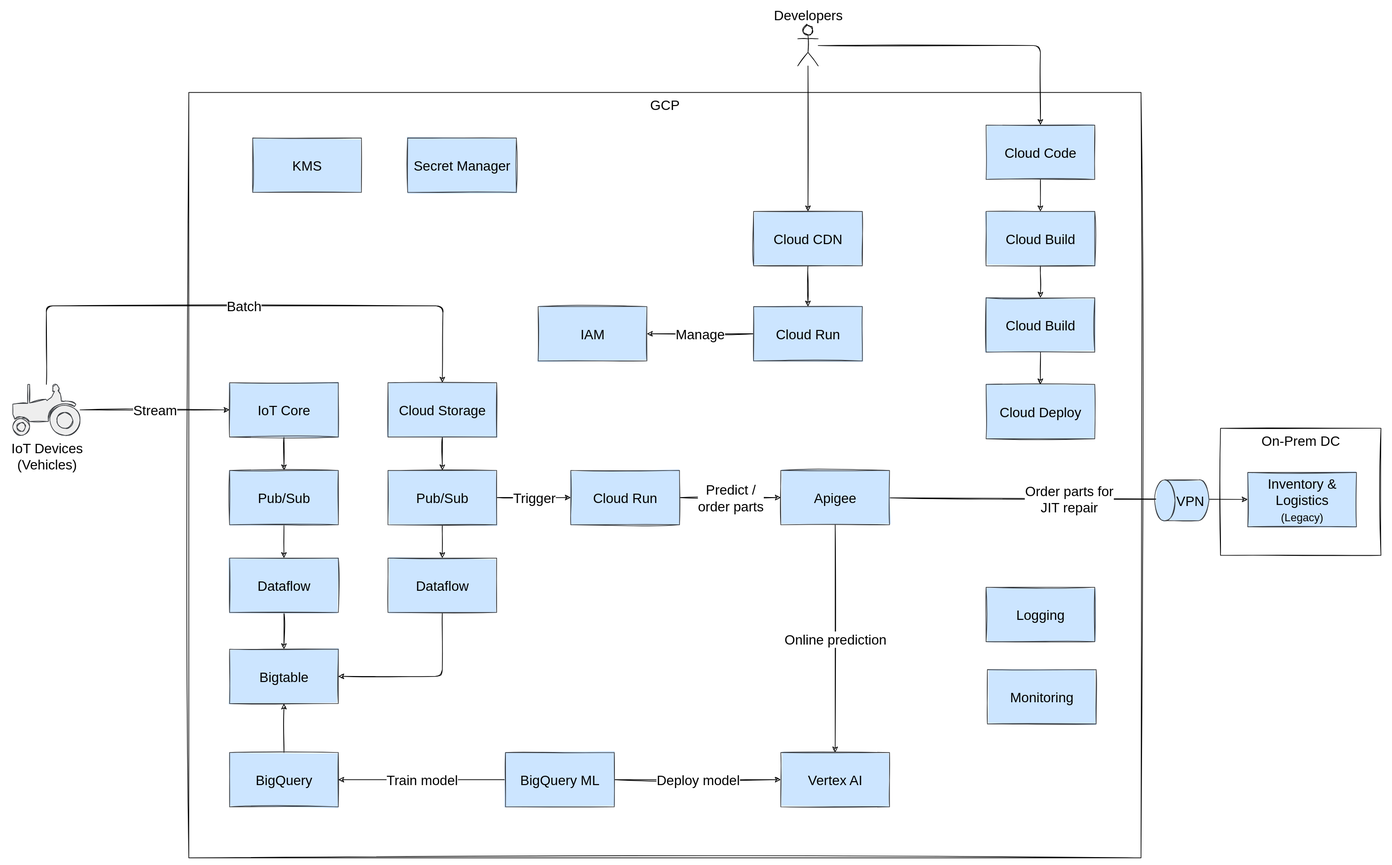
Before: content/files/terramearth_design.svg, a diagram exported from draw.io (TheRealMattDunn/mattdunn.info). Source tidied: cells renumbered, new cells last; positions are measured from the earlier drawing's top-left corner, leaving out a move shared by most shapes. The source it was exported from:
```xml
<mxGraphModel>
  <root>
    <mxCell id="0" />
    <mxCell id="1" parent="0" />
    <mxCell id="2" value="GCP" style="rounded=0;whiteSpace=wrap;html=1;sketch=1;fontSize=20;gradientDirection=south;fillColor=none;verticalAlign=top;" parent="1" vertex="1">
      <mxGeometry x="259" y="99" width="1401" height="1126" as="geometry" />
    </mxCell>
    <mxCell id="3" value="On-Prem DC" style="rounded=0;whiteSpace=wrap;html=1;sketch=1;fontSize=20;gradientDirection=south;fillColor=none;verticalAlign=top;" parent="1" vertex="1">
      <mxGeometry x="1777" y="593" width="236" height="187" as="geometry" />
    </mxCell>
    <mxCell id="4" value="Order parts for&lt;br&gt;JIT repair" style="edgeStyle=none;html=1;fontSize=20;" parent="1" edge="1" source="6" target="7">
      <mxGeometry relative="1" as="geometry" />
    </mxCell>
    <mxCell id="5" value="Online prediction" style="edgeStyle=orthogonalEdgeStyle;html=1;fontSize=20;" parent="1" edge="1" source="6" target="27">
      <mxGeometry relative="1" as="geometry">
        <Array as="points">
          <mxPoint x="1170" y="1110" />
        </Array>
      </mxGeometry>
    </mxCell>
    <mxCell id="6" value="Apigee" style="rounded=0;whiteSpace=wrap;html=1;fillColor=#cce5ff;strokeColor=#36393d;sketch=1;fillStyle=solid;fontSize=20;" parent="1" vertex="1">
      <mxGeometry x="1130" y="655" width="160" height="80" as="geometry" />
    </mxCell>
    <mxCell id="7" value="Inventory &amp;amp; Logistics&lt;br&gt;&lt;font style=&quot;font-size: 16px&quot;&gt;(Legacy)&lt;/font&gt;" style="rounded=0;whiteSpace=wrap;html=1;fillColor=#cce5ff;strokeColor=#36393d;sketch=1;fillStyle=solid;fontSize=20;" parent="1" vertex="1">
      <mxGeometry x="1817" y="658" width="160" height="80" as="geometry" />
    </mxCell>
    <mxCell id="8" value="Stream" style="edgeStyle=none;html=1;fontSize=20;" parent="1" edge="1" source="10" target="12">
      <mxGeometry relative="1" as="geometry" />
    </mxCell>
    <mxCell id="9" value="Batch" style="edgeStyle=orthogonalEdgeStyle;html=1;fontSize=20;entryX=0.5;entryY=0;entryDx=0;entryDy=0;" parent="1" edge="1" source="10" target="39">
      <mxGeometry relative="1" as="geometry">
        <Array as="points">
          <mxPoint x="49" y="413" />
          <mxPoint x="633" y="413" />
          <mxPoint x="633" y="526" />
        </Array>
      </mxGeometry>
    </mxCell>
    <mxCell id="10" value="IoT Devices&lt;br&gt;(Vehicles)" style="shape=mxgraph.signs.transportation.tractor_2;html=1;fillColor=#eeeeee;strokeColor=#36393d;verticalLabelPosition=bottom;verticalAlign=top;align=center;sketch=1;fontSize=20;fillStyle=solid;" parent="1" vertex="1">
      <mxGeometry y="528.5" width="99" height="75" as="geometry" />
    </mxCell>
    <mxCell id="11" style="edgeStyle=none;html=1;fontSize=20;" parent="1" edge="1" source="12" target="14">
      <mxGeometry relative="1" as="geometry" />
    </mxCell>
    <mxCell id="12" value="IoT Core" style="rounded=0;whiteSpace=wrap;html=1;sketch=1;fontSize=20;fillColor=#cce5ff;gradientDirection=south;verticalAlign=middle;strokeColor=#36393d;fillStyle=solid;" parent="1" vertex="1">
      <mxGeometry x="319" y="526" width="160" height="80" as="geometry" />
    </mxCell>
    <mxCell id="13" style="edgeStyle=none;html=1;fontSize=20;" parent="1" edge="1" source="14" target="16">
      <mxGeometry relative="1" as="geometry" />
    </mxCell>
    <mxCell id="14" value="Pub/Sub" style="rounded=0;whiteSpace=wrap;html=1;sketch=1;fontSize=20;fillColor=#cce5ff;gradientDirection=south;verticalAlign=middle;strokeColor=#36393d;fillStyle=solid;" parent="1" vertex="1">
      <mxGeometry x="319" y="655" width="160" height="80" as="geometry" />
    </mxCell>
    <mxCell id="15" style="edgeStyle=none;html=1;fontSize=20;" parent="1" edge="1" source="16" target="17">
      <mxGeometry relative="1" as="geometry" />
    </mxCell>
    <mxCell id="16" value="Dataflow" style="rounded=0;whiteSpace=wrap;html=1;sketch=1;fontSize=20;fillColor=#cce5ff;gradientDirection=south;verticalAlign=middle;strokeColor=#36393d;fillStyle=solid;" parent="1" vertex="1">
      <mxGeometry x="319" y="784" width="160" height="80" as="geometry" />
    </mxCell>
    <mxCell id="17" value="Bigtable" style="rounded=0;whiteSpace=wrap;html=1;sketch=1;fontSize=20;fillColor=#cce5ff;gradientDirection=south;verticalAlign=middle;strokeColor=#36393d;fillStyle=solid;" parent="1" vertex="1">
      <mxGeometry x="319" y="918" width="160" height="80" as="geometry" />
    </mxCell>
    <mxCell id="18" style="edgeStyle=none;html=1;fontSize=20;" parent="1" edge="1" source="19" target="17">
      <mxGeometry relative="1" as="geometry" />
    </mxCell>
    <mxCell id="19" value="BigQuery" style="rounded=0;whiteSpace=wrap;html=1;sketch=1;fontSize=20;fillColor=#cce5ff;gradientDirection=south;verticalAlign=middle;strokeColor=#36393d;fillStyle=solid;" parent="1" vertex="1">
      <mxGeometry x="319" y="1070" width="160" height="80" as="geometry" />
    </mxCell>
    <mxCell id="20" value="Manage" style="edgeStyle=orthogonalEdgeStyle;html=1;fontSize=20;" parent="1" edge="1" source="21" target="37">
      <mxGeometry relative="1" as="geometry" />
    </mxCell>
    <mxCell id="21" value="Cloud Run" style="rounded=0;whiteSpace=wrap;html=1;fillColor=#cce5ff;strokeColor=#36393d;sketch=1;fillStyle=solid;fontSize=20;" parent="1" vertex="1">
      <mxGeometry x="1090" y="414" width="160" height="80" as="geometry" />
    </mxCell>
    <mxCell id="22" style="edgeStyle=none;html=1;fontSize=20;" parent="1" edge="1" source="23" target="21">
      <mxGeometry relative="1" as="geometry" />
    </mxCell>
    <mxCell id="23" value="Cloud CDN" style="rounded=0;whiteSpace=wrap;html=1;fillColor=#cce5ff;strokeColor=#36393d;sketch=1;fillStyle=solid;fontSize=20;" parent="1" vertex="1">
      <mxGeometry x="1090" y="274" width="160" height="80" as="geometry" />
    </mxCell>
    <mxCell id="24" value="Train model" style="edgeStyle=none;html=1;fontSize=20;" parent="1" edge="1" source="26" target="19">
      <mxGeometry relative="1" as="geometry" />
    </mxCell>
    <mxCell id="25" value="Deploy model" style="edgeStyle=none;html=1;fontSize=20;" parent="1" edge="1" source="26" target="27">
      <mxGeometry relative="1" as="geometry" />
    </mxCell>
    <mxCell id="26" value="BigQuery ML" style="rounded=0;whiteSpace=wrap;html=1;sketch=1;fontSize=20;fillColor=#cce5ff;gradientDirection=south;verticalAlign=middle;strokeColor=#36393d;fillStyle=solid;" parent="1" vertex="1">
      <mxGeometry x="725" y="1070" width="160" height="80" as="geometry" />
    </mxCell>
    <mxCell id="27" value="Vertex AI" style="rounded=0;whiteSpace=wrap;html=1;sketch=1;fontSize=20;fillColor=#cce5ff;gradientDirection=south;verticalAlign=middle;strokeColor=#36393d;fillStyle=solid;" parent="1" vertex="1">
      <mxGeometry x="1130" y="1070" width="160" height="80" as="geometry" />
    </mxCell>
    <mxCell id="28" value="Predict /&lt;br&gt;order parts" style="edgeStyle=none;html=1;fontSize=20;" parent="1" edge="1" source="29" target="6">
      <mxGeometry relative="1" as="geometry" />
    </mxCell>
    <mxCell id="29" value="Cloud Run" style="rounded=0;whiteSpace=wrap;html=1;fillColor=#cce5ff;strokeColor=#36393d;sketch=1;fillStyle=solid;fontSize=20;" parent="1" vertex="1">
      <mxGeometry x="821" y="655" width="160" height="80" as="geometry" />
    </mxCell>
    <mxCell id="30" style="edgeStyle=orthogonalEdgeStyle;html=1;fontSize=20;" parent="1" edge="1" source="31" target="52">
      <mxGeometry relative="1" as="geometry" />
    </mxCell>
    <mxCell id="31" value="Cloud Build" style="rounded=0;whiteSpace=wrap;html=1;fillColor=#cce5ff;strokeColor=#36393d;sketch=1;fillStyle=solid;fontSize=20;" parent="1" vertex="1">
      <mxGeometry x="1432" y="274" width="160" height="80" as="geometry" />
    </mxCell>
    <mxCell id="32" value="Cloud Deploy" style="rounded=0;whiteSpace=wrap;html=1;fillColor=#cce5ff;strokeColor=#36393d;sketch=1;fillStyle=solid;fontSize=20;" parent="1" vertex="1">
      <mxGeometry x="1432" y="528.5" width="160" height="80" as="geometry" />
    </mxCell>
    <mxCell id="33" style="edgeStyle=orthogonalEdgeStyle;html=1;fontSize=20;" parent="1" edge="1" source="34" target="31">
      <mxGeometry relative="1" as="geometry" />
    </mxCell>
    <mxCell id="34" value="Cloud Code" style="rounded=0;whiteSpace=wrap;html=1;fillColor=#cce5ff;strokeColor=#36393d;sketch=1;fillStyle=solid;fontSize=20;" parent="1" vertex="1">
      <mxGeometry x="1432" y="147" width="160" height="80" as="geometry" />
    </mxCell>
    <mxCell id="35" value="Secret Manager" style="rounded=0;whiteSpace=wrap;html=1;fillColor=#cce5ff;strokeColor=#36393d;sketch=1;fillStyle=solid;fontSize=20;" parent="1" vertex="1">
      <mxGeometry x="581" y="166" width="160" height="80" as="geometry" />
    </mxCell>
    <mxCell id="36" value="KMS" style="rounded=0;whiteSpace=wrap;html=1;fillColor=#cce5ff;strokeColor=#36393d;sketch=1;fillStyle=solid;fontSize=20;" parent="1" vertex="1">
      <mxGeometry x="353" y="166" width="160" height="80" as="geometry" />
    </mxCell>
    <mxCell id="37" value="IAM" style="rounded=0;whiteSpace=wrap;html=1;fillColor=#cce5ff;strokeColor=#36393d;sketch=1;fillStyle=solid;fontSize=20;" parent="1" vertex="1">
      <mxGeometry x="773" y="414" width="160" height="80" as="geometry" />
    </mxCell>
    <mxCell id="38" style="edgeStyle=none;html=1;fontSize=20;" parent="1" edge="1" source="39" target="42">
      <mxGeometry relative="1" as="geometry" />
    </mxCell>
    <mxCell id="39" value="Cloud Storage" style="rounded=0;whiteSpace=wrap;html=1;sketch=1;fontSize=20;fillColor=#cce5ff;gradientDirection=south;verticalAlign=middle;strokeColor=#36393d;fillStyle=solid;" parent="1" vertex="1">
      <mxGeometry x="552" y="526" width="160" height="80" as="geometry" />
    </mxCell>
    <mxCell id="40" style="edgeStyle=none;html=1;fontSize=20;" parent="1" edge="1" source="42" target="44">
      <mxGeometry relative="1" as="geometry" />
    </mxCell>
    <mxCell id="41" value="Trigger" style="edgeStyle=none;html=1;fontSize=20;" parent="1" edge="1" source="42" target="29">
      <mxGeometry relative="1" as="geometry" />
    </mxCell>
    <mxCell id="42" value="Pub/Sub" style="rounded=0;whiteSpace=wrap;html=1;sketch=1;fontSize=20;fillColor=#cce5ff;gradientDirection=south;verticalAlign=middle;strokeColor=#36393d;fillStyle=solid;" parent="1" vertex="1">
      <mxGeometry x="552" y="655" width="160" height="80" as="geometry" />
    </mxCell>
    <mxCell id="43" style="html=1;fontSize=20;edgeStyle=orthogonalEdgeStyle;" parent="1" edge="1" source="44" target="17">
      <mxGeometry relative="1" as="geometry">
        <Array as="points">
          <mxPoint x="632" y="958" />
        </Array>
      </mxGeometry>
    </mxCell>
    <mxCell id="44" value="Dataflow" style="rounded=0;whiteSpace=wrap;html=1;sketch=1;fontSize=20;fillColor=#cce5ff;gradientDirection=south;verticalAlign=middle;strokeColor=#36393d;fillStyle=solid;" parent="1" vertex="1">
      <mxGeometry x="552" y="784" width="160" height="80" as="geometry" />
    </mxCell>
    <mxCell id="45" value="Logging" style="rounded=0;whiteSpace=wrap;html=1;fillColor=#cce5ff;strokeColor=#36393d;sketch=1;fillStyle=solid;fontSize=20;" parent="1" vertex="1">
      <mxGeometry x="1432" y="827" width="160" height="80" as="geometry" />
    </mxCell>
    <mxCell id="46" value="Monitoring" style="rounded=0;whiteSpace=wrap;html=1;fillColor=#cce5ff;strokeColor=#36393d;sketch=1;fillStyle=solid;fontSize=20;" parent="1" vertex="1">
      <mxGeometry x="1434" y="948" width="160" height="80" as="geometry" />
    </mxCell>
    <mxCell id="47" value="VPN" style="shape=cylinder3;whiteSpace=wrap;html=1;boundedLbl=1;backgroundOutline=1;size=15;sketch=1;fontSize=20;fillColor=#cce5ff;gradientDirection=south;verticalAlign=middle;direction=north;strokeColor=#36393d;fillStyle=solid;" parent="1" vertex="1">
      <mxGeometry x="1680" y="669" width="80" height="60" as="geometry" />
    </mxCell>
    <mxCell id="48" style="edgeStyle=orthogonalEdgeStyle;html=1;fontSize=20;" parent="1" edge="1" source="50" target="23">
      <mxGeometry relative="1" as="geometry" />
    </mxCell>
    <mxCell id="49" style="edgeStyle=orthogonalEdgeStyle;html=1;fontSize=20;" parent="1" edge="1" source="50" target="34">
      <mxGeometry relative="1" as="geometry" />
    </mxCell>
    <mxCell id="50" value="Developers" style="shape=umlActor;verticalLabelPosition=top;verticalAlign=bottom;html=1;outlineConnect=0;sketch=1;fontSize=20;fillColor=none;gradientDirection=south;labelPosition=center;align=center;" parent="1" vertex="1">
      <mxGeometry x="1155" width="30" height="60" as="geometry" />
    </mxCell>
    <mxCell id="51" style="edgeStyle=orthogonalEdgeStyle;html=1;fontSize=20;" parent="1" edge="1" source="52" target="32">
      <mxGeometry relative="1" as="geometry" />
    </mxCell>
    <mxCell id="52" value="Cloud Build" style="rounded=0;whiteSpace=wrap;html=1;fillColor=#cce5ff;strokeColor=#36393d;sketch=1;fillStyle=solid;fontSize=20;" parent="1" vertex="1">
      <mxGeometry x="1432" y="401" width="160" height="80" as="geometry" />
    </mxCell>
  </root>
</mxGraphModel>
```
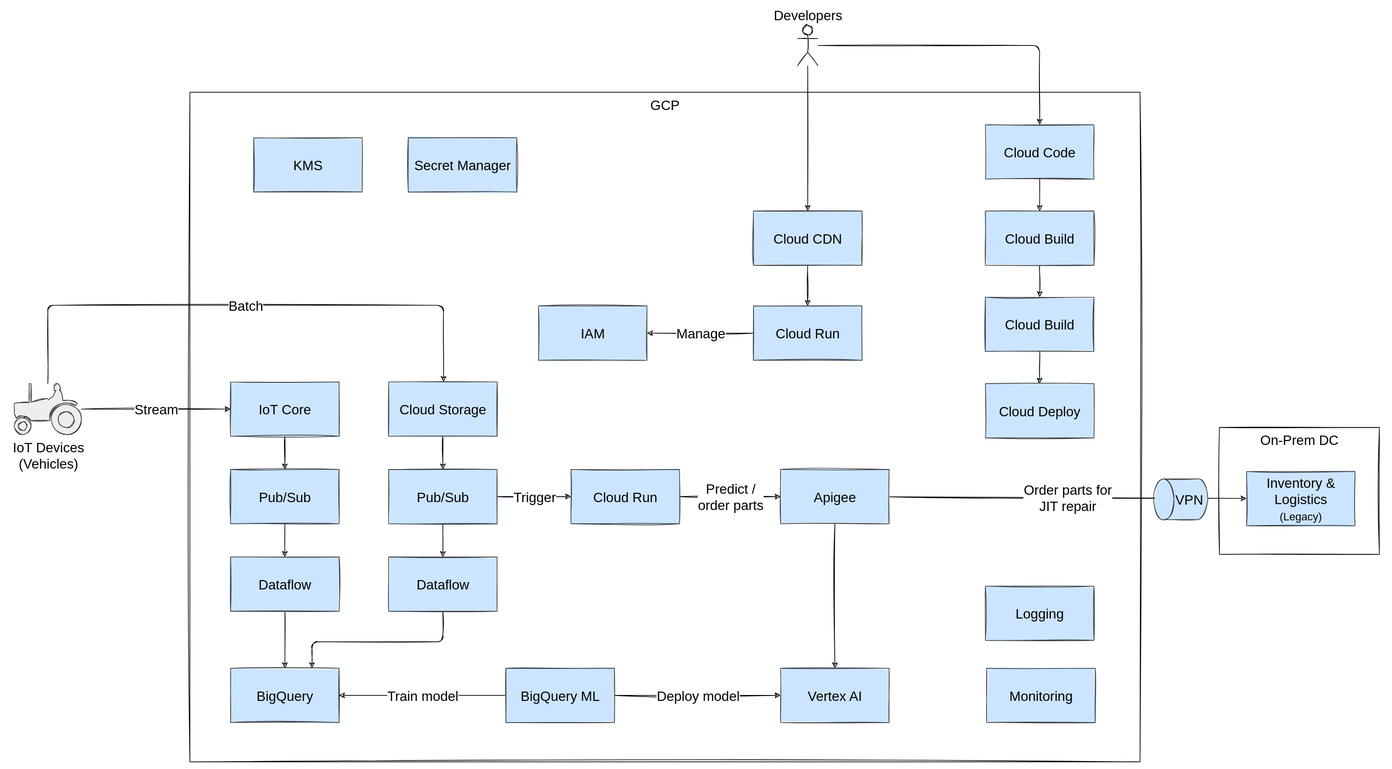
Above is the later version.

Commit message:
Updated TerramEarth design

The edit, as a diff of the source:
```diff
@@ -3,7 +3,7 @@
     <mxCell id="0" />
     <mxCell id="1" parent="0" />
     <mxCell id="2" value="GCP" style="rounded=0;whiteSpace=wrap;html=1;sketch=1;fontSize=20;gradientDirection=south;fillColor=none;verticalAlign=top;" parent="1" vertex="1">
-      <mxGeometry x="259" y="99" width="1401" height="1126" as="geometry" />
+      <mxGeometry x="259" y="99" width="1401" height="987" as="geometry" />
     </mxCell>
     <mxCell id="3" value="On-Prem DC" style="rounded=0;whiteSpace=wrap;html=1;sketch=1;fontSize=20;gradientDirection=south;fillColor=none;verticalAlign=top;" parent="1" vertex="1">
       <mxGeometry x="1777" y="593" width="236" height="187" as="geometry" />
@@ -11,12 +11,8 @@
     <mxCell id="4" value="Order parts for&lt;br&gt;JIT repair" style="edgeStyle=none;html=1;fontSize=20;" parent="1" edge="1" source="6" target="7">
       <mxGeometry relative="1" as="geometry" />
     </mxCell>
-    <mxCell id="5" value="Online prediction" style="edgeStyle=orthogonalEdgeStyle;html=1;fontSize=20;" parent="1" edge="1" source="6" target="27">
-      <mxGeometry relative="1" as="geometry">
-        <Array as="points">
-          <mxPoint x="1170" y="1110" />
-        </Array>
-      </mxGeometry>
+    <mxCell id="5" style="edgeStyle=none;html=1;" parent="1" edge="1" source="6" target="27">
+      <mxGeometry relative="1" as="geometry" />
     </mxCell>
     <mxCell id="6" value="Apigee" style="rounded=0;whiteSpace=wrap;html=1;fillColor=#cce5ff;strokeColor=#36393d;sketch=1;fillStyle=solid;fontSize=20;" parent="1" vertex="1">
       <mxGeometry x="1130" y="655" width="160" height="80" as="geometry" />
@@ -51,20 +47,14 @@
     <mxCell id="14" value="Pub/Sub" style="rounded=0;whiteSpace=wrap;html=1;sketch=1;fontSize=20;fillColor=#cce5ff;gradientDirection=south;verticalAlign=middle;strokeColor=#36393d;fillStyle=solid;" parent="1" vertex="1">
       <mxGeometry x="319" y="655" width="160" height="80" as="geometry" />
     </mxCell>
-    <mxCell id="15" style="edgeStyle=none;html=1;fontSize=20;" parent="1" edge="1" source="16" target="17">
-      <mxGeometry relative="1" as="geometry" />
-    </mxCell>
+    <mxCell id="53" style="edgeStyle=none;html=1;" parent="1" edge="1" source="16" target="19">
+      <mxGeometry relative="1" as="geometry" />
+    </mxCell>
     <mxCell id="16" value="Dataflow" style="rounded=0;whiteSpace=wrap;html=1;sketch=1;fontSize=20;fillColor=#cce5ff;gradientDirection=south;verticalAlign=middle;strokeColor=#36393d;fillStyle=solid;" parent="1" vertex="1">
       <mxGeometry x="319" y="784" width="160" height="80" as="geometry" />
     </mxCell>
-    <mxCell id="17" value="Bigtable" style="rounded=0;whiteSpace=wrap;html=1;sketch=1;fontSize=20;fillColor=#cce5ff;gradientDirection=south;verticalAlign=middle;strokeColor=#36393d;fillStyle=solid;" parent="1" vertex="1">
-      <mxGeometry x="319" y="918" width="160" height="80" as="geometry" />
-    </mxCell>
-    <mxCell id="18" style="edgeStyle=none;html=1;fontSize=20;" parent="1" edge="1" source="19" target="17">
-      <mxGeometry relative="1" as="geometry" />
-    </mxCell>
     <mxCell id="19" value="BigQuery" style="rounded=0;whiteSpace=wrap;html=1;sketch=1;fontSize=20;fillColor=#cce5ff;gradientDirection=south;verticalAlign=middle;strokeColor=#36393d;fillStyle=solid;" parent="1" vertex="1">
-      <mxGeometry x="319" y="1070" width="160" height="80" as="geometry" />
+      <mxGeometry x="319" y="948" width="160" height="80" as="geometry" />
     </mxCell>
     <mxCell id="20" value="Manage" style="edgeStyle=orthogonalEdgeStyle;html=1;fontSize=20;" parent="1" edge="1" source="21" target="37">
       <mxGeometry relative="1" as="geometry" />
@@ -85,10 +75,10 @@
       <mxGeometry relative="1" as="geometry" />
     </mxCell>
     <mxCell id="26" value="BigQuery ML" style="rounded=0;whiteSpace=wrap;html=1;sketch=1;fontSize=20;fillColor=#cce5ff;gradientDirection=south;verticalAlign=middle;strokeColor=#36393d;fillStyle=solid;" parent="1" vertex="1">
-      <mxGeometry x="725" y="1070" width="160" height="80" as="geometry" />
+      <mxGeometry x="725" y="948" width="160" height="80" as="geometry" />
     </mxCell>
     <mxCell id="27" value="Vertex AI" style="rounded=0;whiteSpace=wrap;html=1;sketch=1;fontSize=20;fillColor=#cce5ff;gradientDirection=south;verticalAlign=middle;strokeColor=#36393d;fillStyle=solid;" parent="1" vertex="1">
-      <mxGeometry x="1130" y="1070" width="160" height="80" as="geometry" />
+      <mxGeometry x="1130" y="948" width="160" height="80" as="geometry" />
     </mxCell>
     <mxCell id="28" value="Predict /&lt;br&gt;order parts" style="edgeStyle=none;html=1;fontSize=20;" parent="1" edge="1" source="29" target="6">
       <mxGeometry relative="1" as="geometry" />
@@ -135,13 +125,14 @@
     <mxCell id="42" value="Pub/Sub" style="rounded=0;whiteSpace=wrap;html=1;sketch=1;fontSize=20;fillColor=#cce5ff;gradientDirection=south;verticalAlign=middle;strokeColor=#36393d;fillStyle=solid;" parent="1" vertex="1">
       <mxGeometry x="552" y="655" width="160" height="80" as="geometry" />
     </mxCell>
-    <mxCell id="43" style="html=1;fontSize=20;edgeStyle=orthogonalEdgeStyle;" parent="1" edge="1" source="44" target="17">
-      <mxGeometry relative="1" as="geometry">
-        <Array as="points">
-          <mxPoint x="632" y="958" />
-        </Array>
-      </mxGeometry>
-    </mxCell>
+    <mxCell id="54" style="edgeStyle=orthogonalEdgeStyle;html=1;entryX=0.75;entryY=0;entryDx=0;entryDy=0;" parent="1" edge="1" source="44" target="19">
+      <mxGeometry relative="1" as="geometry">
+        <Array as="points">
+          <mxPoint x="632" y="909" />
+          <mxPoint x="439" y="909" />
+        </Array>
+      </mxGeometry>
+    </mxCell>
     <mxCell id="44" value="Dataflow" style="rounded=0;whiteSpace=wrap;html=1;sketch=1;fontSize=20;fillColor=#cce5ff;gradientDirection=south;verticalAlign=middle;strokeColor=#36393d;fillStyle=solid;" parent="1" vertex="1">
       <mxGeometry x="552" y="784" width="160" height="80" as="geometry" />
     </mxCell>
```
